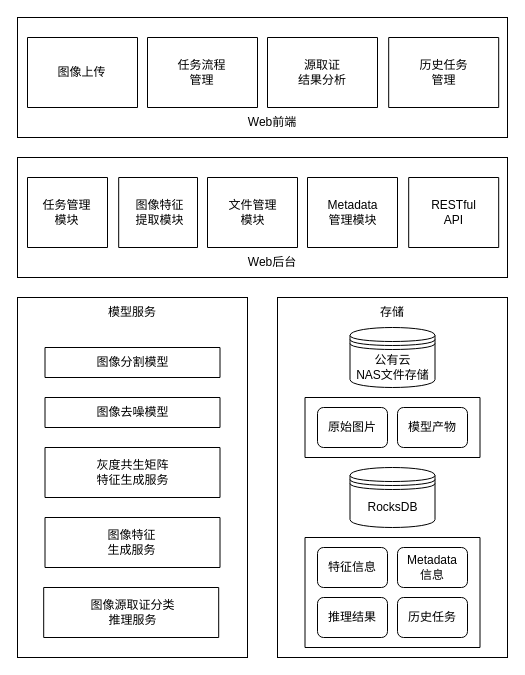
ForsakenLi/draw.io keeps this draw.io diagram as axio_of_sys.drawio. Above is the earlier version. Source tidied: cells renumbered, new cells numbered last; positions are measured from the earlier drawing's top-left corner, leaving out a move shared by most shapes. Both pictures are drawn from the tidied source at 100%, with x=0, y=0 at pixel (17, 17).
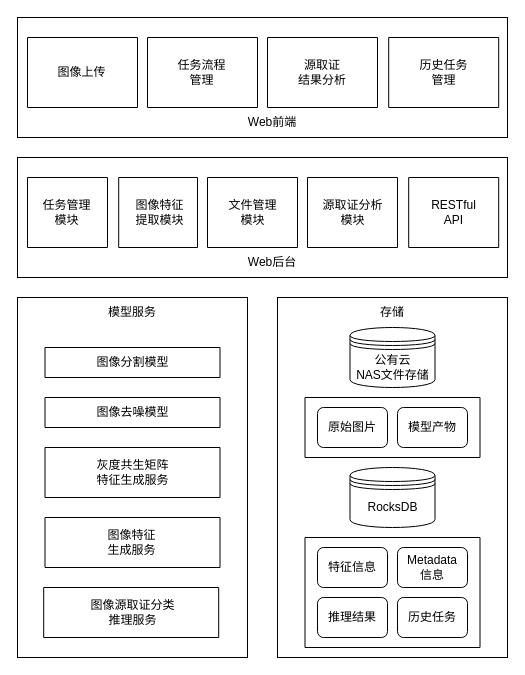
The same page after the edit.

Diff of the diagram source:
```diff
@@
-    <mxCell id="37" value="Metadata管理模块" style="text;html=1;strokeColor=none;fillColor=none;align=center;verticalAlign=middle;whiteSpace=wrap;rounded=0;" parent="1" vertex="1">
+    <mxCell id="37" value="源取证分析模块" style="text;html=1;strokeColor=none;fillColor=none;align=center;verticalAlign=middle;whiteSpace=wrap;rounded=0;" parent="1" vertex="1">
       <mxGeometry x="303.8" y="180" width="62.5" height="30" as="geometry" />
     </mxCell>
```
